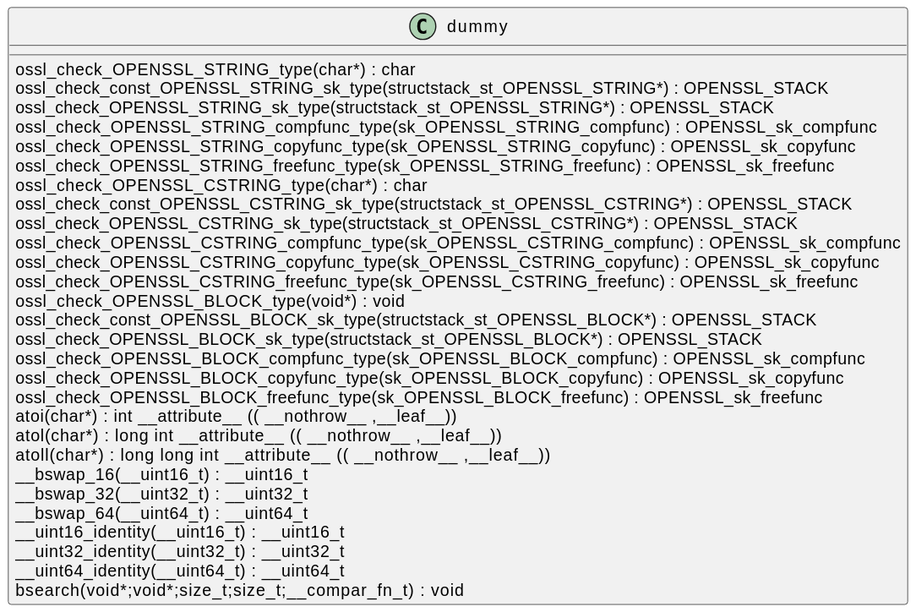
Before: docs/qc/ssl/statem/extensions_cust.c.svg, a diagram exported from PlantUML (qualitesys/openssl).
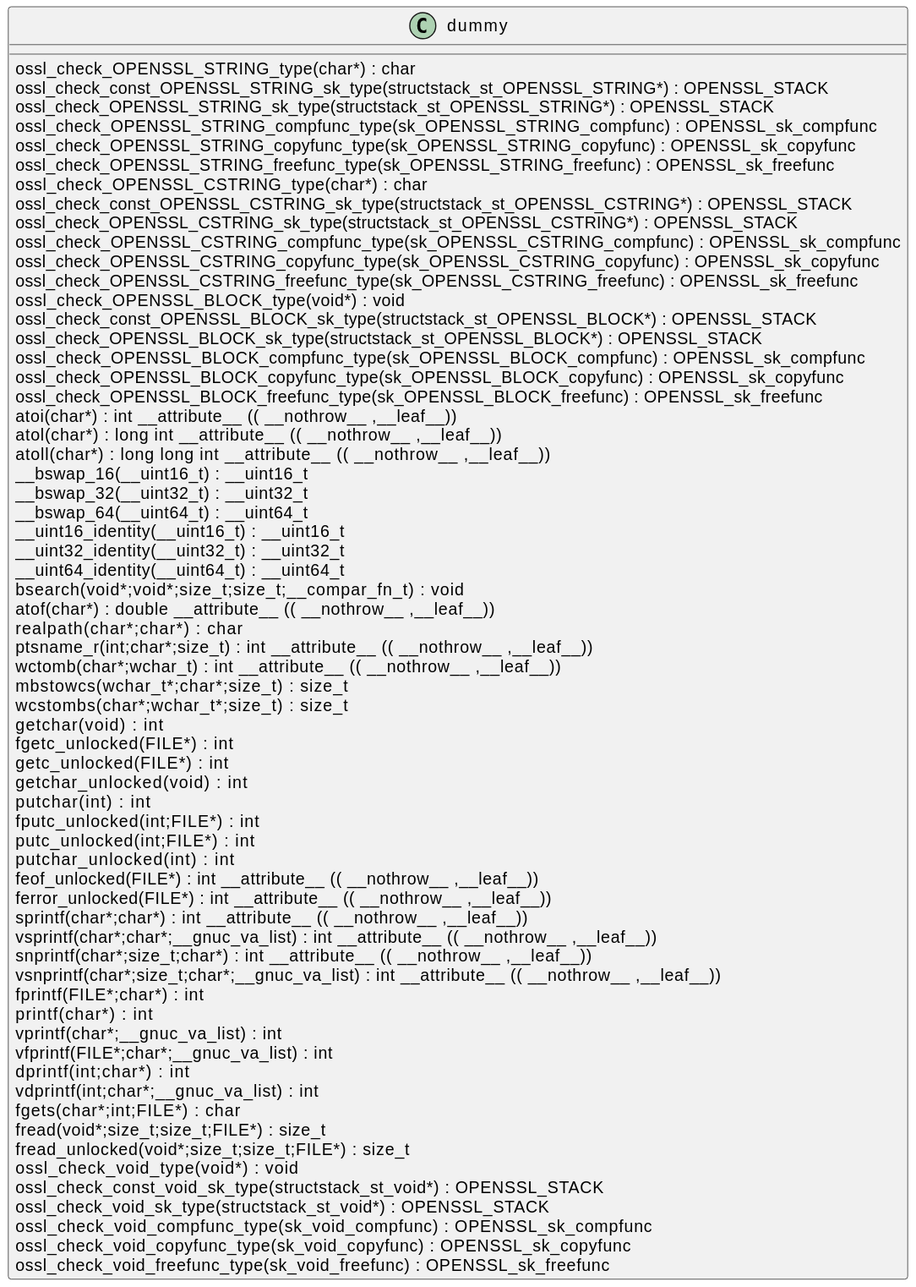
Above is the later version.

What changed in the source:
```diff
@@ -29,5 +29,40 @@
 __uint32_identity(__uint32_t) : __uint32_t [[[./../../.././qc/ssl/statem/extensions_cust.c.html#1004]]]
 __uint64_identity(__uint64_t) : __uint64_t [[[./../../.././qc/ssl/statem/extensions_cust.c.html#1010]]]
 bsearch(void*;void*;size_t;size_t;__compar_fn_t) :  void  [[[./../../.././qc/ssl/statem/extensions_cust.c.html#1678]]]
+atof(char*) :  double  __attribute__ (( __nothrow__ ,__leaf__)) [[[./../../.././qc/ssl/statem/extensions_cust.c.html#1]]]
+realpath(char*;char*) :  char  [[[./../../.././qc/ssl/statem/extensions_cust.c.html#1]]]
+ptsname_r(int;char*;size_t) :  int  __attribute__ (( __nothrow__ ,__leaf__)) [[[./../../.././qc/ssl/statem/extensions_cust.c.html#1]]]
+wctomb(char*;wchar_t) :  int  __attribute__ (( __nothrow__ ,__leaf__)) [[[./../../.././qc/ssl/statem/extensions_cust.c.html#1]]]
+mbstowcs(wchar_t*;char*;size_t) : size_t [[[./../../.././qc/ssl/statem/extensions_cust.c.html#1]]]
+wcstombs(char*;wchar_t*;size_t) : size_t [[[./../../.././qc/ssl/statem/extensions_cust.c.html#1]]]
+getchar(void) :  int  [[[./../../.././qc/ssl/statem/extensions_cust.c.html#1]]]
+fgetc_unlocked(FILE*) :  int  [[[./../../.././qc/ssl/statem/extensions_cust.c.html#1]]]
+getc_unlocked(FILE*) :  int  [[[./../../.././qc/ssl/statem/extensions_cust.c.html#1]]]
+getchar_unlocked(void) :  int  [[[./../../.././qc/ssl/statem/extensions_cust.c.html#1]]]
+putchar(int) :  int  [[[./../../.././qc/ssl/statem/extensions_cust.c.html#1]]]
+fputc_unlocked(int;FILE*) :  int  [[[./../../.././qc/ssl/statem/extensions_cust.c.html#1]]]
+putc_unlocked(int;FILE*) :  int  [[[./../../.././qc/ssl/statem/extensions_cust.c.html#1]]]
+putchar_unlocked(int) :  int  [[[./../../.././qc/ssl/statem/extensions_cust.c.html#1]]]
+feof_unlocked(FILE*) :  int  __attribute__ (( __nothrow__ ,__leaf__)) [[[./../../.././qc/ssl/statem/extensions_cust.c.html#1]]]
+ferror_unlocked(FILE*) :  int  __attribute__ (( __nothrow__ ,__leaf__)) [[[./../../.././qc/ssl/statem/extensions_cust.c.html#1]]]
+sprintf(char*;char*) :  int  __attribute__ (( __nothrow__ ,__leaf__)) [[[./../../.././qc/ssl/statem/extensions_cust.c.html#1]]]
+vsprintf(char*;char*;__gnuc_va_list) :  int  __attribute__ (( __nothrow__ ,__leaf__)) [[[./../../.././qc/ssl/statem/extensions_cust.c.html#1]]]
+snprintf(char*;size_t;char*) :  int  __attribute__ (( __nothrow__ ,__leaf__)) [[[./../../.././qc/ssl/statem/extensions_cust.c.html#1]]]
+vsnprintf(char*;size_t;char*;__gnuc_va_list) :  int  __attribute__ (( __nothrow__ ,__leaf__)) [[[./../../.././qc/ssl/statem/extensions_cust.c.html#1]]]
+fprintf(FILE*;char*) :  int  [[[./../../.././qc/ssl/statem/extensions_cust.c.html#1]]]
+printf(char*) :  int  [[[./../../.././qc/ssl/statem/extensions_cust.c.html#1]]]
+vprintf(char*;__gnuc_va_list) :  int  [[[./../../.././qc/ssl/statem/extensions_cust.c.html#1]]]
+vfprintf(FILE*;char*;__gnuc_va_list) :  int  [[[./../../.././qc/ssl/statem/extensions_cust.c.html#1]]]
+dprintf(int;char*) :  int  [[[./../../.././qc/ssl/statem/extensions_cust.c.html#1]]]
+vdprintf(int;char*;__gnuc_va_list) :  int  [[[./../../.././qc/ssl/statem/extensions_cust.c.html#1]]]
+fgets(char*;int;FILE*) :  char  [[[./../../.././qc/ssl/statem/extensions_cust.c.html#1]]]
+fread(void*;size_t;size_t;FILE*) : size_t [[[./../../.././qc/ssl/statem/extensions_cust.c.html#1]]]
+fread_unlocked(void*;size_t;size_t;FILE*) : size_t [[[./../../.././qc/ssl/statem/extensions_cust.c.html#1]]]
+ossl_check_void_type(void*) :  void  [[[./../../.././qc/ssl/statem/extensions_cust.c.html#1]]]
+ossl_check_const_void_sk_type(structstack_st_void*) : OPENSSL_STACK [[[./../../.././qc/ssl/statem/extensions_cust.c.html#1]]]
+ossl_check_void_sk_type(structstack_st_void*) : OPENSSL_STACK [[[./../../.././qc/ssl/statem/extensions_cust.c.html#1]]]
+ossl_check_void_compfunc_type(sk_void_compfunc) : OPENSSL_sk_compfunc [[[./../../.././qc/ssl/statem/extensions_cust.c.html#1]]]
+ossl_check_void_copyfunc_type(sk_void_copyfunc) : OPENSSL_sk_copyfunc [[[./../../.././qc/ssl/statem/extensions_cust.c.html#1]]]
+ossl_check_void_freefunc_type(sk_void_freefunc) : OPENSSL_sk_freefunc [[[./../../.././qc/ssl/statem/extensions_cust.c.html#1]]]
 }
 @enduml
```
